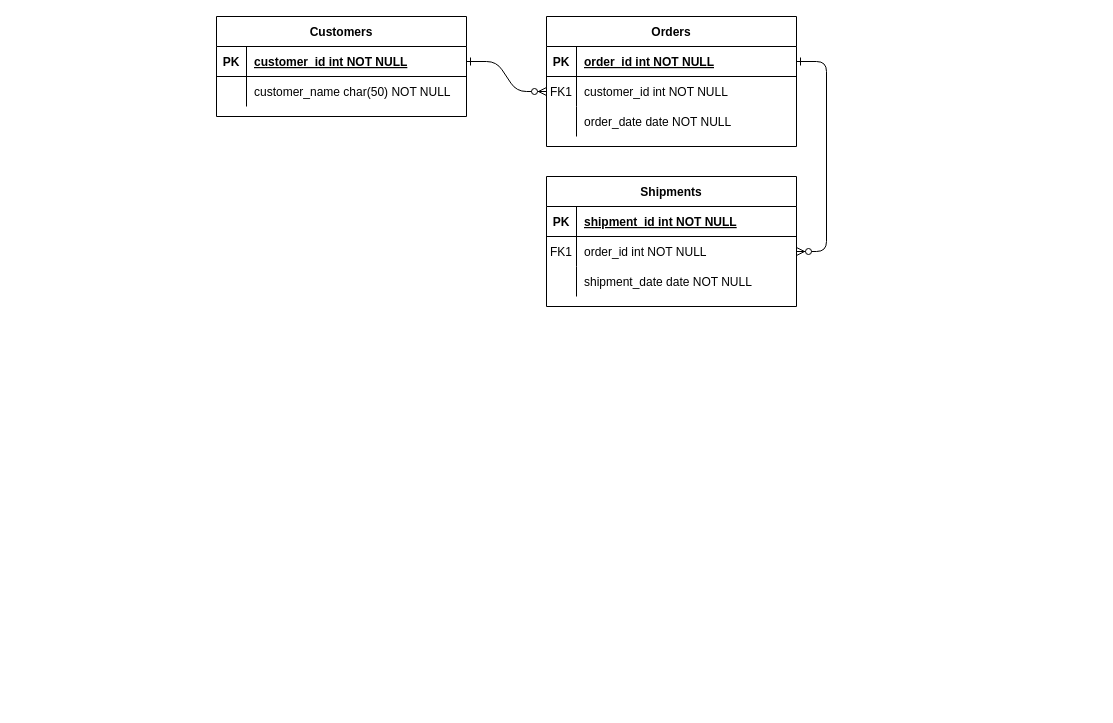
nowaaaaaa/Project-C keeps this draw.io diagram as Diagram zonder titel.drawio. Above is the earlier version. Source tidied: cells renumbered, new cells numbered last; positions are measured from the earlier drawing's top-left corner, leaving out a move shared by most shapes. Both pictures are drawn from the tidied source at 100%, with x=0, y=0 at pixel (216, 16).
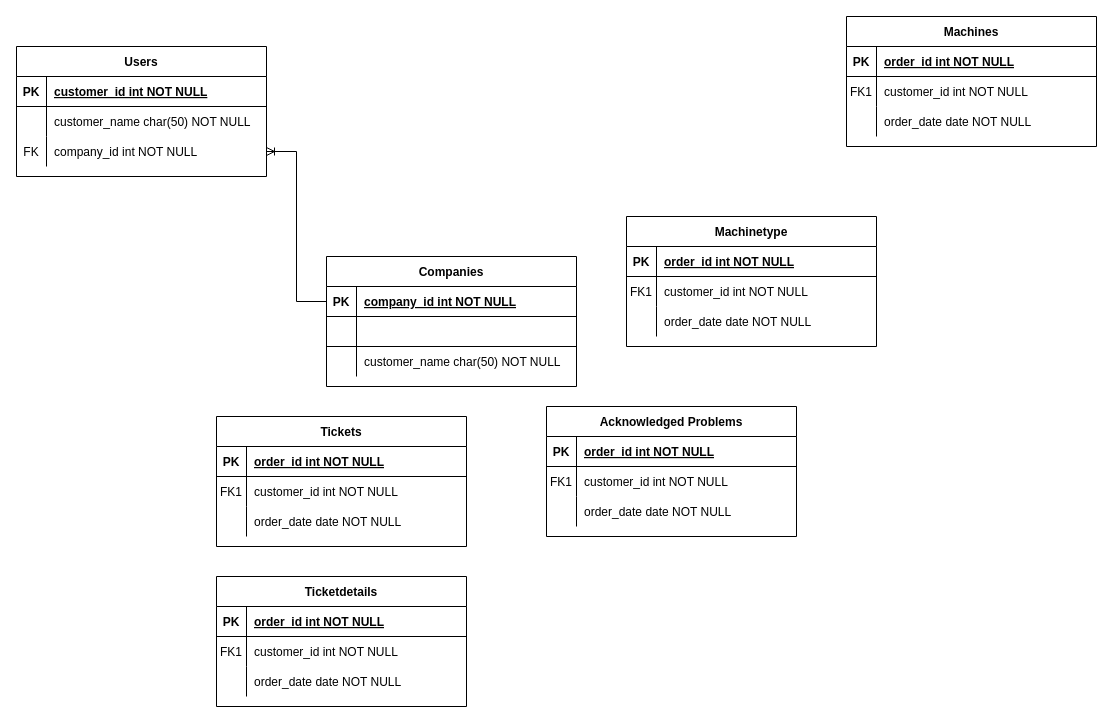
After the change.

Unchanged cells that the change refers to:
```xml
<mxCell id="5" style="shape=partialRectangle;fillColor=none;points=[[0,0.5],[1,0.5]];portConstraint=eastwest;top=0;left=0;right=0;bottom=1;" parent="4" vertex="1">
  <mxGeometry y="30" width="250" height="30" as="geometry" />
</mxCell>
<mxCell id="8" style="shape=partialRectangle;fillColor=none;points=[[0,0.5],[1,0.5]];portConstraint=eastwest;top=0;left=0;right=0;bottom=0;" parent="4" vertex="1">
  <mxGeometry y="60" width="250" height="30" as="geometry" />
</mxCell>
<mxCell id="25" style="shape=partialRectangle;fillColor=none;points=[[0,0.5],[1,0.5]];portConstraint=eastwest;top=0;left=0;right=0;bottom=1;" parent="24" vertex="1">
  <mxGeometry y="30" width="250" height="30" as="geometry" />
</mxCell>
```

Change to the diagram source:
```diff
@@
-    <mxCell id="2" style="edgeStyle=entityRelationEdgeStyle;endArrow=ERzeroToMany;startArrow=ERone;endFill=1;startFill=0;" parent="1" edge="1" source="25" target="8">
-      <mxGeometry relative="1" as="geometry" />
-    </mxCell>
-    <mxCell id="3" style="edgeStyle=entityRelationEdgeStyle;endArrow=ERzeroToMany;startArrow=ERone;endFill=1;startFill=0;" parent="1" edge="1" source="5" target="18">
-      <mxGeometry relative="1" as="geometry" />
-    </mxCell>
-    <mxCell id="4" value="Orders" style="shape=table;startSize=30;childLayout=tableLayout;rowLines=0;fontStyle=1;align=center;" parent="1" vertex="1">
-      <mxGeometry x="330" width="250" height="130" as="geometry" />
+    <mxCell id="4" value="Machines" style="shape=table;startSize=30;childLayout=tableLayout;rowLines=0;fontStyle=1;align=center;" parent="1" vertex="1">
+      <mxGeometry x="630" width="250" height="130" as="geometry" />
     </mxCell>
@@
-    <mxCell id="14" value="Shipments" style="shape=table;startSize=30;childLayout=tableLayout;rowLines=0;fontStyle=1;align=center;" parent="1" vertex="1">
-      <mxGeometry x="330" y="160" width="250" height="130" as="geometry" />
-    </mxCell>
-    <mxCell id="15" style="shape=partialRectangle;fillColor=none;top=0;left=0;right=0;bottom=1;" parent="14" vertex="1">
-      <mxGeometry y="30" width="250" height="30" as="geometry" />
-    </mxCell>
-    <mxCell id="16" value="PK" style="shape=partialRectangle;overflow=hidden;fillColor=none;top=0;left=0;bottom=0;right=0;fontStyle=1;" parent="15" vertex="1">
-      <mxGeometry width="30" height="30" as="geometry" />
-    </mxCell>
-    <mxCell id="17" value="shipment_id int NOT NULL " style="shape=partialRectangle;overflow=hidden;fillColor=none;top=0;left=0;bottom=0;right=0;align=left;spacingLeft=6;fontStyle=5;" parent="15" vertex="1">
-      <mxGeometry x="30" width="220" height="30" as="geometry" />
-    </mxCell>
-    <mxCell id="18" style="shape=partialRectangle;fillColor=none;points=[[0,0.5],[1,0.5]];portConstraint=eastwest;top=0;left=0;right=0;bottom=0;" parent="14" vertex="1">
-      <mxGeometry y="60" width="250" height="30" as="geometry" />
-    </mxCell>
-    <mxCell id="19" value="FK1" style="shape=partialRectangle;overflow=hidden;fillColor=none;top=0;left=0;bottom=0;right=0;" parent="18" vertex="1">
-      <mxGeometry width="30" height="30" as="geometry" />
-    </mxCell>
-    <mxCell id="20" value="order_id int NOT NULL" style="shape=partialRectangle;overflow=hidden;fillColor=none;top=0;left=0;bottom=0;right=0;align=left;spacingLeft=6;" parent="18" vertex="1">
-      <mxGeometry x="30" width="220" height="30" as="geometry" />
-    </mxCell>
-    <mxCell id="21" style="shape=partialRectangle;fillColor=none;top=0;left=0;right=0;bottom=0;" parent="14" vertex="1">
-      <mxGeometry y="90" width="250" height="30" as="geometry" />
-    </mxCell>
-    <mxCell id="22" style="shape=partialRectangle;overflow=hidden;fillColor=none;top=0;left=0;bottom=0;right=0;" parent="21" vertex="1">
-      <mxGeometry width="30" height="30" as="geometry" />
-    </mxCell>
-    <mxCell id="23" value="shipment_date date NOT NULL" style="shape=partialRectangle;overflow=hidden;fillColor=none;top=0;left=0;bottom=0;right=0;align=left;spacingLeft=6;" parent="21" vertex="1">
-      <mxGeometry x="30" width="220" height="30" as="geometry" />
-    </mxCell>
-    <mxCell id="24" value="Customers" style="shape=table;startSize=30;childLayout=tableLayout;rowLines=0;fontStyle=1;align=center;" parent="1" vertex="1">
-      <mxGeometry width="250" height="100" as="geometry" />
+    <mxCell id="24" value="Users" style="shape=table;startSize=30;childLayout=tableLayout;rowLines=0;fontStyle=1;align=center;" parent="1" vertex="1">
+      <mxGeometry x="-200" y="30" width="250" height="130" as="geometry" />
     </mxCell>
@@
+    <mxCell id="31" style="shape=partialRectangle;fillColor=none;points=[[0,0.5],[1,0.5]];portConstraint=eastwest;top=0;left=0;right=0;bottom=0;" parent="24" vertex="1">
+      <mxGeometry y="90" width="250" height="30" as="geometry" />
+    </mxCell>
+    <mxCell id="32" value="FK" style="shape=partialRectangle;overflow=hidden;fillColor=none;top=0;left=0;bottom=0;right=0;" parent="31" vertex="1">
+      <mxGeometry width="30" height="30" as="geometry" />
+    </mxCell>
+    <mxCell id="33" value="company_id int NOT NULL" style="shape=partialRectangle;overflow=hidden;fillColor=none;top=0;left=0;bottom=0;right=0;align=left;spacingLeft=6;" parent="31" vertex="1">
+      <mxGeometry x="30" width="220" height="30" as="geometry" />
+    </mxCell>
+    <mxCell id="34" value="Companies" style="shape=table;startSize=30;childLayout=tableLayout;rowLines=0;fontStyle=1;align=center;" parent="1" vertex="1">
+      <mxGeometry x="110" y="240" width="250" height="130" as="geometry" />
+    </mxCell>
+    <mxCell id="35" style="shape=partialRectangle;fillColor=none;points=[[0,0.5],[1,0.5]];portConstraint=eastwest;top=0;left=0;right=0;bottom=1;" parent="34" vertex="1">
+      <mxGeometry y="30" width="250" height="30" as="geometry" />
+    </mxCell>
+    <mxCell id="36" value="PK" style="shape=partialRectangle;overflow=hidden;fillColor=none;top=0;left=0;bottom=0;right=0;fontStyle=1;" parent="35" vertex="1">
+      <mxGeometry width="30" height="30" as="geometry" />
+    </mxCell>
+    <mxCell id="37" value="company_id int NOT NULL " style="shape=partialRectangle;overflow=hidden;fillColor=none;top=0;left=0;bottom=0;right=0;align=left;spacingLeft=6;fontStyle=5;" parent="35" vertex="1">
+      <mxGeometry x="30" width="220" height="30" as="geometry" />
+    </mxCell>
+    <mxCell id="38" style="shape=partialRectangle;fillColor=none;top=0;left=0;right=0;bottom=1;" parent="34" vertex="1">
+      <mxGeometry y="60" width="250" height="30" as="geometry" />
+    </mxCell>
+    <mxCell id="39" style="shape=partialRectangle;overflow=hidden;fillColor=none;top=0;left=0;bottom=0;right=0;fontStyle=1;" parent="38" vertex="1">
+      <mxGeometry width="30" height="30" as="geometry" />
+    </mxCell>
+    <mxCell id="40" style="shape=partialRectangle;overflow=hidden;fillColor=none;top=0;left=0;bottom=0;right=0;align=left;spacingLeft=6;fontStyle=0;" parent="38" vertex="1">
+      <mxGeometry x="30" width="220" height="30" as="geometry" />
+    </mxCell>
+    <mxCell id="41" style="shape=partialRectangle;fillColor=none;top=0;left=0;right=0;bottom=0;" parent="34" vertex="1">
+      <mxGeometry y="90" width="250" height="30" as="geometry" />
+    </mxCell>
+    <mxCell id="42" style="shape=partialRectangle;overflow=hidden;fillColor=none;top=0;left=0;bottom=0;right=0;" parent="41" vertex="1">
+      <mxGeometry width="30" height="30" as="geometry" />
+    </mxCell>
+    <mxCell id="43" value="customer_name char(50) NOT NULL" style="shape=partialRectangle;overflow=hidden;fillColor=none;top=0;left=0;bottom=0;right=0;align=left;spacingLeft=6;" parent="41" vertex="1">
+      <mxGeometry x="30" width="220" height="30" as="geometry" />
+    </mxCell>
+    <mxCell id="44" value="Machinetype" style="shape=table;startSize=30;childLayout=tableLayout;rowLines=0;fontStyle=1;align=center;" parent="1" vertex="1">
+      <mxGeometry x="410" y="200" width="250" height="130" as="geometry" />
+    </mxCell>
+    <mxCell id="45" style="shape=partialRectangle;fillColor=none;top=0;left=0;right=0;bottom=1;" parent="44" vertex="1">
+      <mxGeometry y="30" width="250" height="30" as="geometry" />
+    </mxCell>
+    <mxCell id="46" value="PK" style="shape=partialRectangle;overflow=hidden;fillColor=none;top=0;left=0;bottom=0;right=0;fontStyle=1;" parent="45" vertex="1">
+      <mxGeometry width="30" height="30" as="geometry" />
+    </mxCell>
+    <mxCell id="47" value="order_id int NOT NULL " style="shape=partialRectangle;overflow=hidden;fillColor=none;top=0;left=0;bottom=0;right=0;align=left;spacingLeft=6;fontStyle=5;" parent="45" vertex="1">
+      <mxGeometry x="30" width="220" height="30" as="geometry" />
+    </mxCell>
+    <mxCell id="48" style="shape=partialRectangle;fillColor=none;top=0;left=0;right=0;bottom=0;" parent="44" vertex="1">
+      <mxGeometry y="60" width="250" height="30" as="geometry" />
+    </mxCell>
+    <mxCell id="49" value="FK1" style="shape=partialRectangle;overflow=hidden;fillColor=none;top=0;left=0;bottom=0;right=0;" parent="48" vertex="1">
+      <mxGeometry width="30" height="30" as="geometry" />
+    </mxCell>
+    <mxCell id="50" value="customer_id int NOT NULL" style="shape=partialRectangle;overflow=hidden;fillColor=none;top=0;left=0;bottom=0;right=0;align=left;spacingLeft=6;" parent="48" vertex="1">
+      <mxGeometry x="30" width="220" height="30" as="geometry" />
+    </mxCell>
+    <mxCell id="51" style="shape=partialRectangle;fillColor=none;top=0;left=0;right=0;bottom=0;" parent="44" vertex="1">
+      <mxGeometry y="90" width="250" height="30" as="geometry" />
+    </mxCell>
+    <mxCell id="52" style="shape=partialRectangle;overflow=hidden;fillColor=none;top=0;left=0;bottom=0;right=0;" parent="51" vertex="1">
+      <mxGeometry width="30" height="30" as="geometry" />
+    </mxCell>
+    <mxCell id="53" value="order_date date NOT NULL" style="shape=partialRectangle;overflow=hidden;fillColor=none;top=0;left=0;bottom=0;right=0;align=left;spacingLeft=6;" parent="51" vertex="1">
+      <mxGeometry x="30" width="220" height="30" as="geometry" />
+    </mxCell>
+    <mxCell id="54" value="Acknowledged Problems" style="shape=table;startSize=30;childLayout=tableLayout;rowLines=0;fontStyle=1;align=center;" parent="1" vertex="1">
+      <mxGeometry x="330" y="390" width="250" height="130" as="geometry" />
+    </mxCell>
+    <mxCell id="55" style="shape=partialRectangle;fillColor=none;top=0;left=0;right=0;bottom=1;" parent="54" vertex="1">
+      <mxGeometry y="30" width="250" height="30" as="geometry" />
+    </mxCell>
+    <mxCell id="56" value="PK" style="shape=partialRectangle;overflow=hidden;fillColor=none;top=0;left=0;bottom=0;right=0;fontStyle=1;" parent="55" vertex="1">
+      <mxGeometry width="30" height="30" as="geometry" />
+    </mxCell>
+    <mxCell id="57" value="order_id int NOT NULL " style="shape=partialRectangle;overflow=hidden;fillColor=none;top=0;left=0;bottom=0;right=0;align=left;spacingLeft=6;fontStyle=5;" parent="55" vertex="1">
+      <mxGeometry x="30" width="220" height="30" as="geometry" />
+    </mxCell>
+    <mxCell id="58" style="shape=partialRectangle;fillColor=none;top=0;left=0;right=0;bottom=0;" parent="54" vertex="1">
+      <mxGeometry y="60" width="250" height="30" as="geometry" />
+    </mxCell>
+    <mxCell id="59" value="FK1" style="shape=partialRectangle;overflow=hidden;fillColor=none;top=0;left=0;bottom=0;right=0;" parent="58" vertex="1">
+      <mxGeometry width="30" height="30" as="geometry" />
+    </mxCell>
+    <mxCell id="60" value="customer_id int NOT NULL" style="shape=partialRectangle;overflow=hidden;fillColor=none;top=0;left=0;bottom=0;right=0;align=left;spacingLeft=6;" parent="58" vertex="1">
+      <mxGeometry x="30" width="220" height="30" as="geometry" />
+    </mxCell>
+    <mxCell id="61" style="shape=partialRectangle;fillColor=none;top=0;left=0;right=0;bottom=0;" parent="54" vertex="1">
+      <mxGeometry y="90" width="250" height="30" as="geometry" />
+    </mxCell>
+    <mxCell id="62" style="shape=partialRectangle;overflow=hidden;fillColor=none;top=0;left=0;bottom=0;right=0;" parent="61" vertex="1">
+      <mxGeometry width="30" height="30" as="geometry" />
+    </mxCell>
+    <mxCell id="63" value="order_date date NOT NULL" style="shape=partialRectangle;overflow=hidden;fillColor=none;top=0;left=0;bottom=0;right=0;align=left;spacingLeft=6;" parent="61" vertex="1">
+      <mxGeometry x="30" width="220" height="30" as="geometry" />
+    </mxCell>
+    <mxCell id="64" value="Tickets" style="shape=table;startSize=30;childLayout=tableLayout;rowLines=0;fontStyle=1;align=center;" parent="1" vertex="1">
+      <mxGeometry y="400" width="250" height="130" as="geometry" />
+    </mxCell>
+    <mxCell id="65" style="shape=partialRectangle;fillColor=none;top=0;left=0;right=0;bottom=1;" parent="64" vertex="1">
+      <mxGeometry y="30" width="250" height="30" as="geometry" />
+    </mxCell>
+    <mxCell id="66" value="PK" style="shape=partialRectangle;overflow=hidden;fillColor=none;top=0;left=0;bottom=0;right=0;fontStyle=1;" parent="65" vertex="1">
+      <mxGeometry width="30" height="30" as="geometry" />
+    </mxCell>
+    <mxCell id="67" value="order_id int NOT NULL " style="shape=partialRectangle;overflow=hidden;fillColor=none;top=0;left=0;bottom=0;right=0;align=left;spacingLeft=6;fontStyle=5;" parent="65" vertex="1">
+      <mxGeometry x="30" width="220" height="30" as="geometry" />
+    </mxCell>
+    <mxCell id="68" style="shape=partialRectangle;fillColor=none;top=0;left=0;right=0;bottom=0;" parent="64" vertex="1">
+      <mxGeometry y="60" width="250" height="30" as="geometry" />
+    </mxCell>
+    <mxCell id="69" value="FK1" style="shape=partialRectangle;overflow=hidden;fillColor=none;top=0;left=0;bottom=0;right=0;" parent="68" vertex="1">
+      <mxGeometry width="30" height="30" as="geometry" />
+    </mxCell>
+    <mxCell id="70" value="customer_id int NOT NULL" style="shape=partialRectangle;overflow=hidden;fillColor=none;top=0;left=0;bottom=0;right=0;align=left;spacingLeft=6;" parent="68" vertex="1">
+      <mxGeometry x="30" width="220" height="30" as="geometry" />
+    </mxCell>
+    <mxCell id="71" style="shape=partialRectangle;fillColor=none;top=0;left=0;right=0;bottom=0;" parent="64" vertex="1">
+      <mxGeometry y="90" width="250" height="30" as="geometry" />
+    </mxCell>
+    <mxCell id="72" style="shape=partialRectangle;overflow=hidden;fillColor=none;top=0;left=0;bottom=0;right=0;" parent="71" vertex="1">
+      <mxGeometry width="30" height="30" as="geometry" />
+    </mxCell>
+    <mxCell id="73" value="order_date date NOT NULL" style="shape=partialRectangle;overflow=hidden;fillColor=none;top=0;left=0;bottom=0;right=0;align=left;spacingLeft=6;" parent="71" vertex="1">
+      <mxGeometry x="30" width="220" height="30" as="geometry" />
+    </mxCell>
+    <mxCell id="74" value="Ticketdetails" style="shape=table;startSize=30;childLayout=tableLayout;rowLines=0;fontStyle=1;align=center;" parent="1" vertex="1">
+      <mxGeometry y="560" width="250" height="130" as="geometry" />
+    </mxCell>
+    <mxCell id="75" style="shape=partialRectangle;fillColor=none;top=0;left=0;right=0;bottom=1;" parent="74" vertex="1">
+      <mxGeometry y="30" width="250" height="30" as="geometry" />
+    </mxCell>
+    <mxCell id="76" value="PK" style="shape=partialRectangle;overflow=hidden;fillColor=none;top=0;left=0;bottom=0;right=0;fontStyle=1;" parent="75" vertex="1">
+      <mxGeometry width="30" height="30" as="geometry" />
+    </mxCell>
+    <mxCell id="77" value="order_id int NOT NULL " style="shape=partialRectangle;overflow=hidden;fillColor=none;top=0;left=0;bottom=0;right=0;align=left;spacingLeft=6;fontStyle=5;" parent="75" vertex="1">
+      <mxGeometry x="30" width="220" height="30" as="geometry" />
+    </mxCell>
+    <mxCell id="78" style="shape=partialRectangle;fillColor=none;top=0;left=0;right=0;bottom=0;" parent="74" vertex="1">
+      <mxGeometry y="60" width="250" height="30" as="geometry" />
+    </mxCell>
+    <mxCell id="79" value="FK1" style="shape=partialRectangle;overflow=hidden;fillColor=none;top=0;left=0;bottom=0;right=0;" parent="78" vertex="1">
+      <mxGeometry width="30" height="30" as="geometry" />
+    </mxCell>
+    <mxCell id="80" value="customer_id int NOT NULL" style="shape=partialRectangle;overflow=hidden;fillColor=none;top=0;left=0;bottom=0;right=0;align=left;spacingLeft=6;" parent="78" vertex="1">
+      <mxGeometry x="30" width="220" height="30" as="geometry" />
+    </mxCell>
+    <mxCell id="81" style="shape=partialRectangle;fillColor=none;top=0;left=0;right=0;bottom=0;" parent="74" vertex="1">
+      <mxGeometry y="90" width="250" height="30" as="geometry" />
+    </mxCell>
+    <mxCell id="82" style="shape=partialRectangle;overflow=hidden;fillColor=none;top=0;left=0;bottom=0;right=0;" parent="81" vertex="1">
+      <mxGeometry width="30" height="30" as="geometry" />
+    </mxCell>
+    <mxCell id="83" value="order_date date NOT NULL" style="shape=partialRectangle;overflow=hidden;fillColor=none;top=0;left=0;bottom=0;right=0;align=left;spacingLeft=6;" parent="81" vertex="1">
+      <mxGeometry x="30" width="220" height="30" as="geometry" />
+    </mxCell>
+    <mxCell id="84" style="edgeStyle=entityRelationEdgeStyle;fontSize=12;html=1;endArrow=ERoneToMany;rounded=0;exitX=0;exitY=0.5;exitDx=0;exitDy=0;entryX=1;entryY=0.5;entryDx=0;entryDy=0;" parent="1" edge="1" source="35" target="31">
+      <mxGeometry relative="1" as="geometry" />
+    </mxCell>
```
